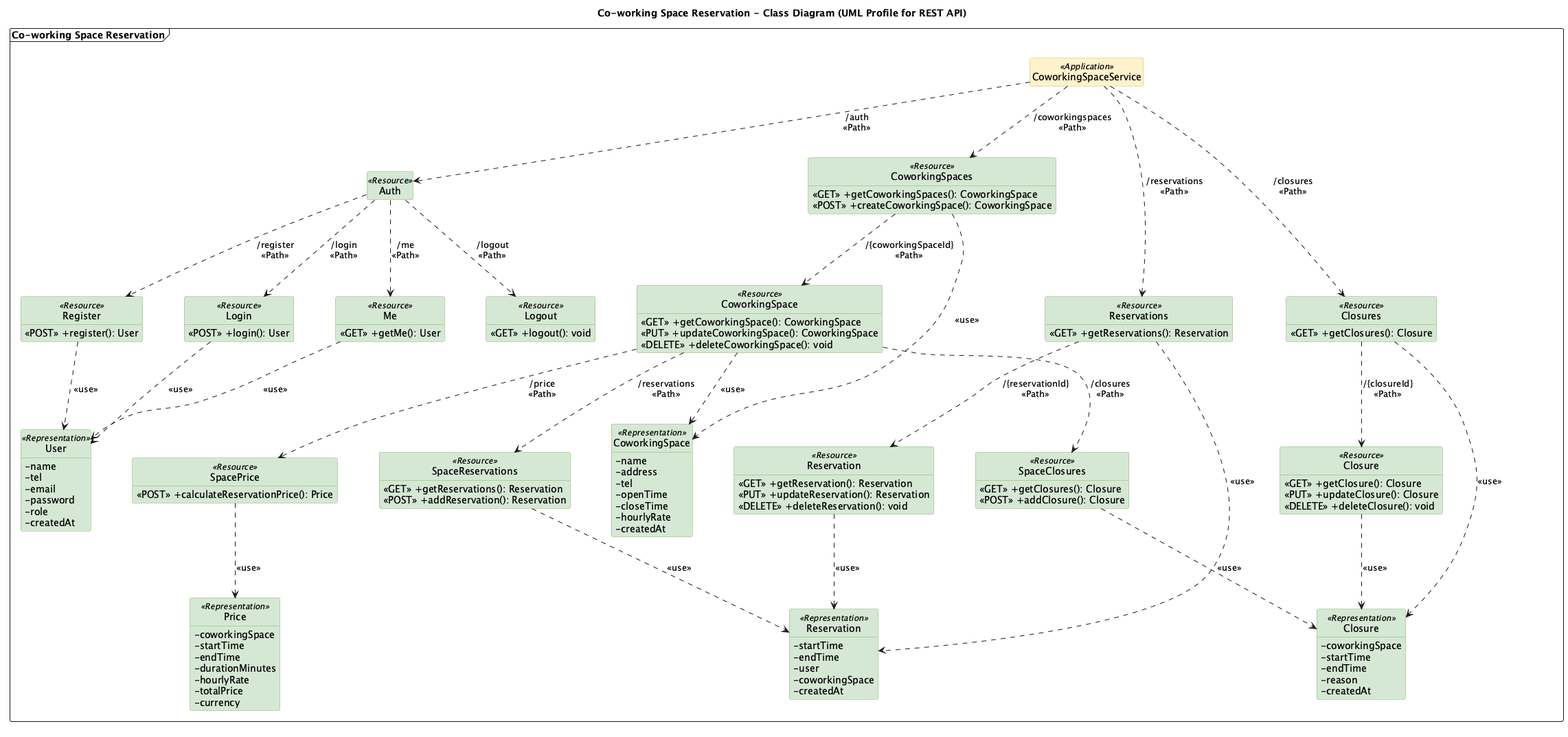
Before: docs/diagrams/png/class.png, a diagram exported from PlantUML (TonBoonchai/Co-working-Space-Reservation).
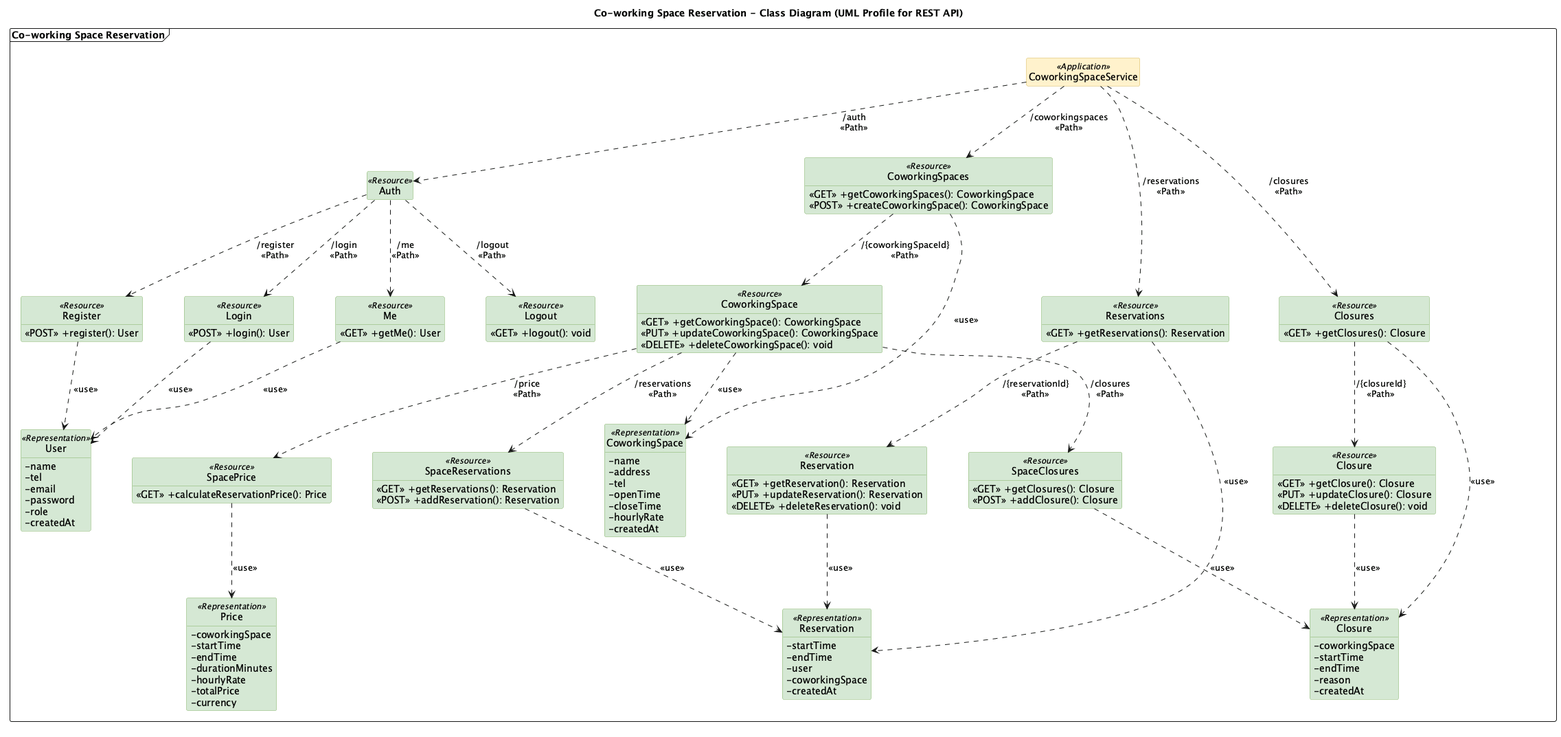
The same diagram one commit later.

Commit message:
refactor: calculate the price with GET and Unix timestamps

The edit, as a diff of the source:
```diff
@@ -47,7 +47,7 @@
     <<POST>> +addReservation(): Reservation
   }
   class "SpacePrice" as SpacePrice <<Resource>> {
-    <<POST>> +calculateReservationPrice(): Price
+    <<GET>> +calculateReservationPrice(): Price
   }
   class "SpaceClosures" as SpaceClosures <<Resource>> {
     <<GET>> +getClosures(): Closure
```
